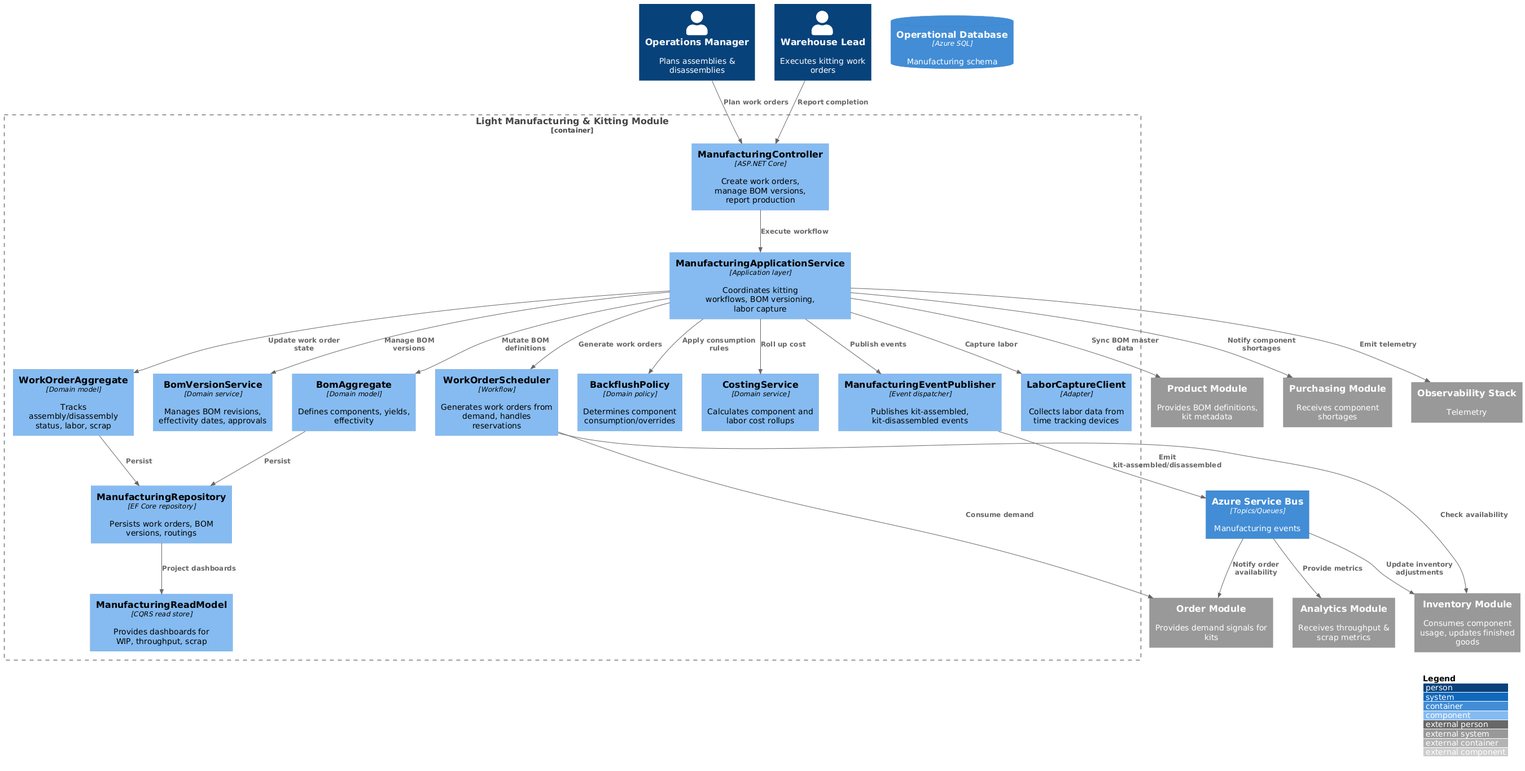
Above: Documents/media/attachments/C4_model/C3_component/C3_component_light_mfg_module/PineConePro_ERPIMS_C3_LightManufacturing.png in phapeee/ERP-Inventory-Management-System (PlantUML), before the change. Its diagram source:
```plantuml
@startuml
!include https://raw.githubusercontent.com/plantuml-stdlib/C4-PlantUML/master/C4_Component.puml

LAYOUT_WITH_LEGEND()

Person(opsManager, "Operations Manager", "Plans assemblies & disassemblies")
Person(warehouseLead, "Warehouse Lead", "Executes kitting work orders")

Container_Boundary(mfgBoundary, "Light Manufacturing & Kitting Module") {
  Component(mfgController, "ManufacturingController", "ASP.NET Core", "Create work orders, manage BOM versions, report production")
  Component(mfgAppService, "ManufacturingApplicationService", "Application layer", "Coordinates kitting workflows, BOM versioning, labor capture")
  Component(workOrderScheduler, "WorkOrderScheduler", "Workflow", "Generates work orders from demand, handles reservations")
  Component(bomVersionService, "BomVersionService", "Domain service", "Manages BOM revisions, effectivity dates, approvals")
  Component(workOrderAggregate, "WorkOrderAggregate", "Domain model", "Tracks assembly/disassembly status, labor, scrap")
  Component(bomAggregate, "BomAggregate", "Domain model", "Defines components, yields, effectivity")
  Component(backflushPolicy, "BackflushPolicy", "Domain policy", "Determines component consumption/overrides")
  Component(costingService, "CostingService", "Domain service", "Calculates component and labor cost rollups")
  Component(mfgRepository, "ManufacturingRepository", "EF Core repository", "Persists work orders, BOM versions, routings")
  Component(mfgReadModel, "ManufacturingReadModel", "CQRS read store", "Provides dashboards for WIP, throughput, scrap")
  Component(mfgEventPublisher, "ManufacturingEventPublisher", "Event dispatcher", "Publishes kit-assembled, kit-disassembled events")
  Component(laborCaptureClient, "LaborCaptureClient", "Adapter", "Collects labor data from time tracking devices")
}

ContainerDb(sqlDb, "Operational Database", "Azure SQL", "Manufacturing schema")
Container(queue, "Azure Service Bus", "Topics/Queues", "Manufacturing events")
System_Ext(orderModule, "Order Module", "Provides demand signals for kits")
System_Ext(inventoryModule, "Inventory Module", "Consumes component usage, updates finished goods")
System_Ext(productModule, "Product Module", "Provides BOM definitions, kit metadata")
System_Ext(analyticsModule, "Analytics Module", "Receives throughput & scrap metrics")
System_Ext(purchModule, "Purchasing Module", "Receives component shortages")
System_Ext(observability, "Observability Stack", "Telemetry")

Rel(opsManager, mfgController, "Plan work orders")
Rel(warehouseLead, mfgController, "Report completion")

Rel(mfgController, mfgAppService, "Execute workflow")
Rel(mfgAppService, workOrderScheduler, "Generate work orders")
Rel(workOrderScheduler, orderModule, "Consume demand")
Rel(workOrderScheduler, inventoryModule, "Check availability")
Rel(mfgAppService, bomVersionService, "Manage BOM versions")
Rel(mfgAppService, workOrderAggregate, "Update work order state")
Rel(mfgAppService, bomAggregate, "Mutate BOM definitions")
Rel(mfgAppService, backflushPolicy, "Apply consumption rules")
Rel(mfgAppService, costingService, "Roll up cost")
Rel(workOrderAggregate, mfgRepository, "Persist")
Rel(bomAggregate, mfgRepository, "Persist")
Rel(mfgRepository, mfgReadModel, "Project dashboards")
Rel(mfgAppService, laborCaptureClient, "Capture labor")
Rel(mfgAppService, mfgEventPublisher, "Publish events")
Rel(mfgEventPublisher, queue, "Emit kit-assembled/disassembled")
Rel(queue, inventoryModule, "Update inventory adjustments")
Rel(queue, orderModule, "Notify order availability")
Rel(queue, analyticsModule, "Provide metrics")
Rel(mfgAppService, purchModule, "Notify component shortages")
Rel(mfgAppService, productModule, "Sync BOM master data")
Rel(mfgAppService, observability, "Emit telemetry")
@enduml
```
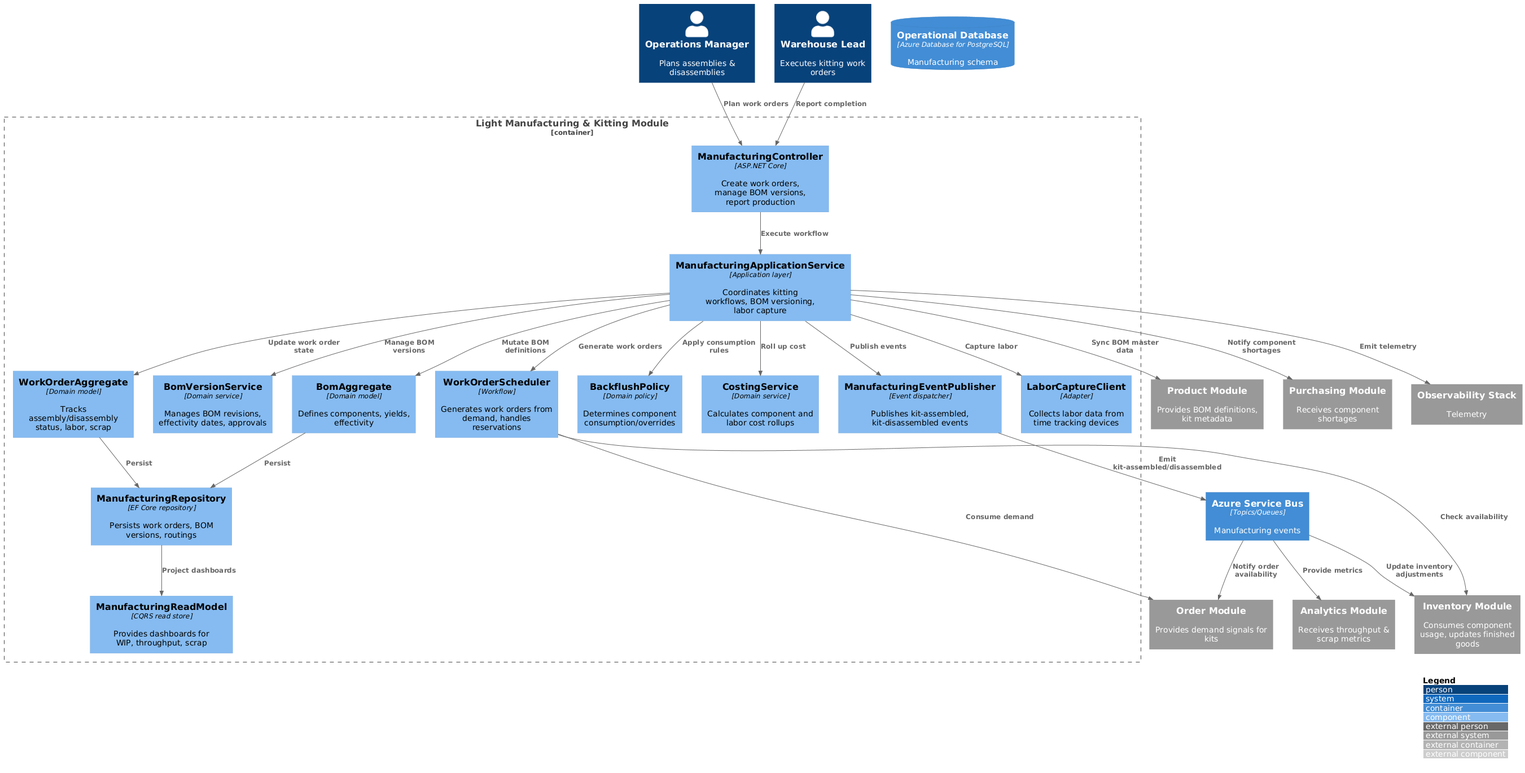
After the commit.

Diff of the diagram source:
```diff
@@ -1,4 +1,4 @@
-@startuml
+@startuml PineConePro_ERPIMS_C3_LightManufacturing
 !include https://raw.githubusercontent.com/plantuml-stdlib/C4-PlantUML/master/C4_Component.puml
 
 LAYOUT_WITH_LEGEND()
@@ -21,7 +21,7 @@
   Component(laborCaptureClient, "LaborCaptureClient", "Adapter", "Collects labor data from time tracking devices")
 }
 
-ContainerDb(sqlDb, "Operational Database", "Azure SQL", "Manufacturing schema")
+ContainerDb(sqlDb, "Operational Database", "Azure Database for PostgreSQL", "Manufacturing schema")
 Container(queue, "Azure Service Bus", "Topics/Queues", "Manufacturing events")
 System_Ext(orderModule, "Order Module", "Provides demand signals for kits")
 System_Ext(inventoryModule, "Inventory Module", "Consumes component usage, updates finished goods")
@@ -54,4 +54,5 @@
 Rel(mfgAppService, purchModule, "Notify component shortages")
 Rel(mfgAppService, productModule, "Sync BOM master data")
 Rel(mfgAppService, observability, "Emit telemetry")
+
 @enduml
```
